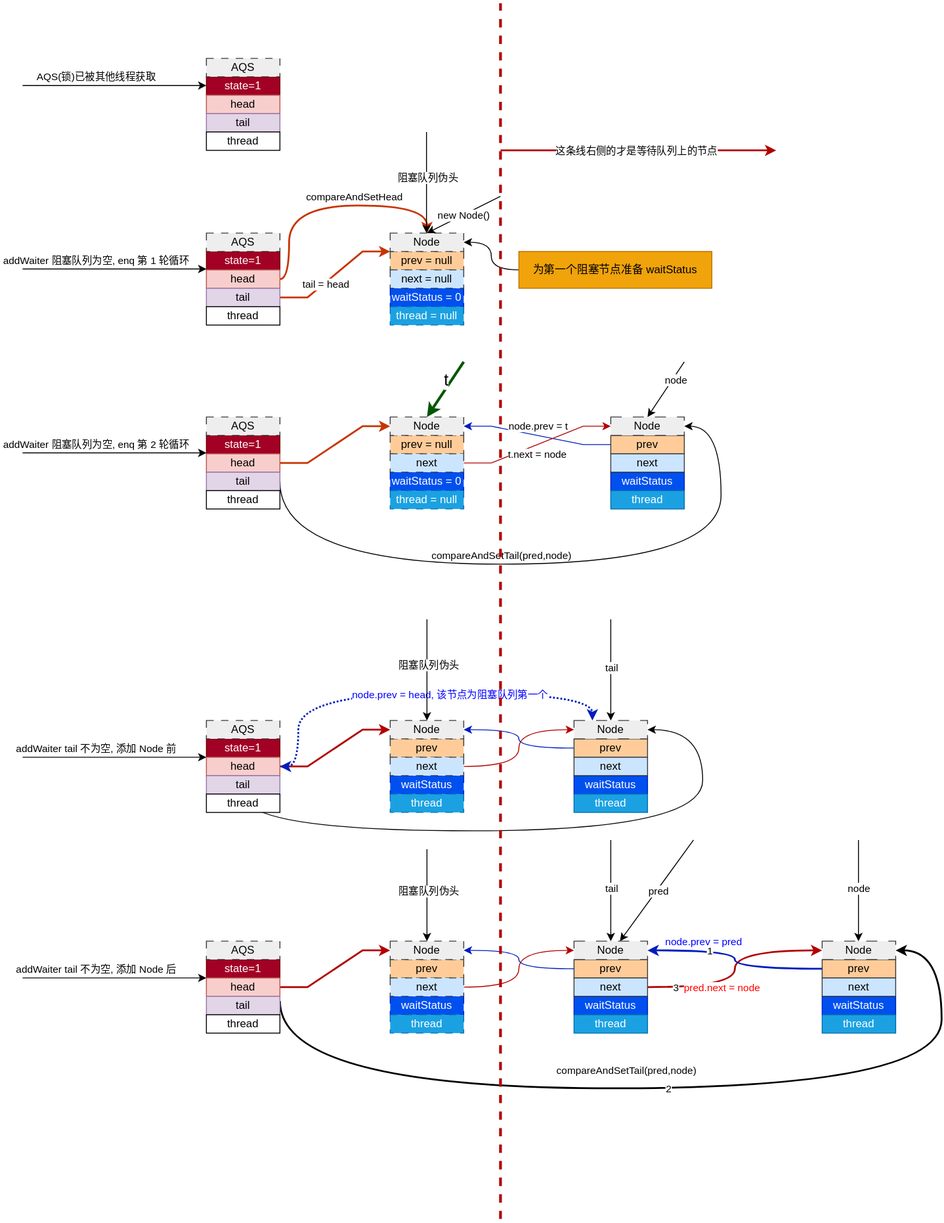
Earlier version of the draw.io export img/AQS-addWaiter.drawio.svg (cloudedseal/pictures). Source tidied: cells renumbered, new cells last; positions are measured from the earlier drawing's top-left corner, leaving out a move shared by most shapes.
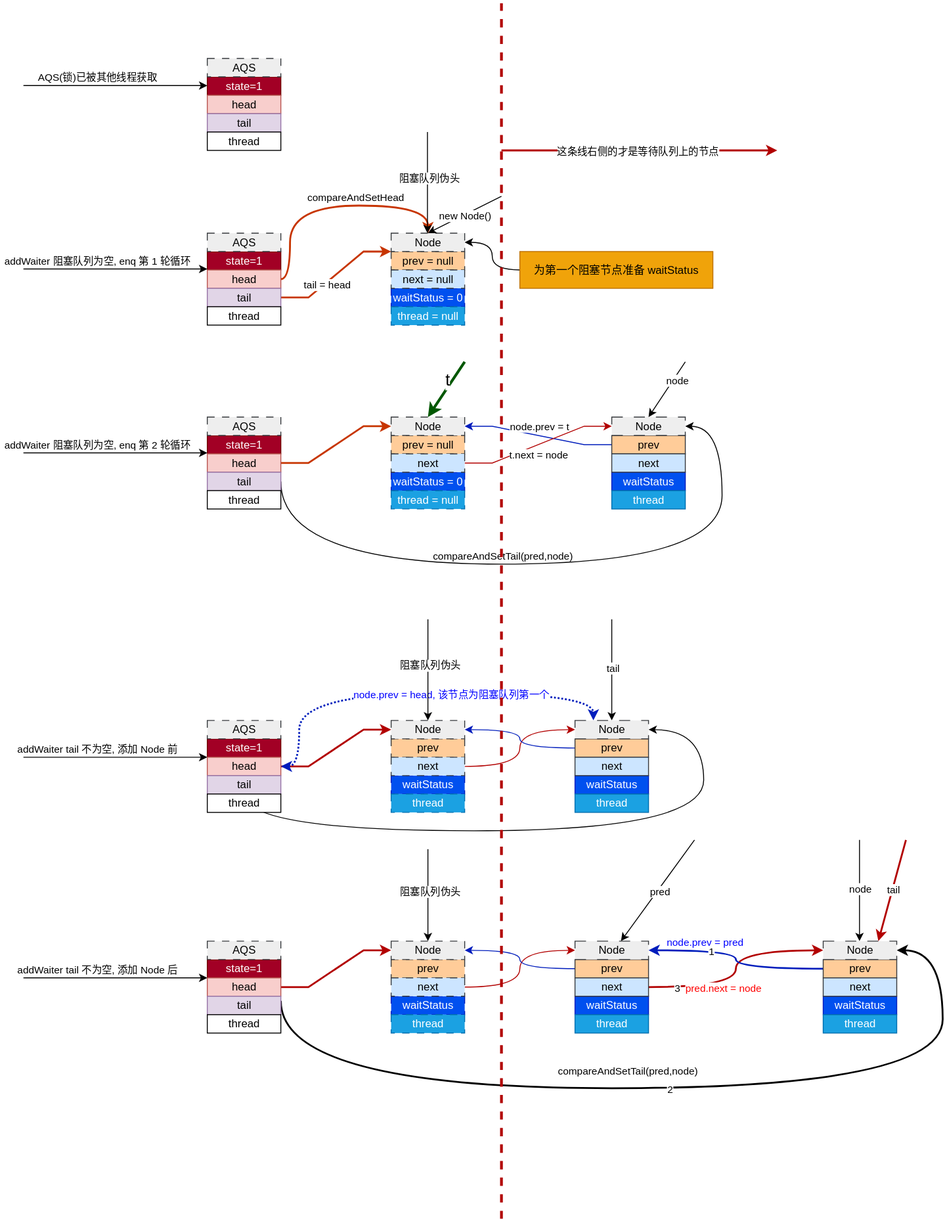
After the commit.

Diff of the diagram source:
```diff
@@ -119,9 +119,10 @@
     <mxCell id="34" value="&lt;div&gt;thread&lt;/div&gt;" style="rounded=0;whiteSpace=wrap;html=1;fillColor=#1ba1e2;fontColor=#ffffff;strokeColor=#006EAF;" parent="1" vertex="1">
       <mxGeometry x="870" y="1100" width="80" height="20" as="geometry" />
     </mxCell>
-    <mxCell id="35" style="endArrow=classic;html=1;rounded=0;entryX=0.5;entryY=0;entryDx=0;entryDy=0;" parent="1" edge="1" target="25">
+    <mxCell id="35" style="endArrow=classic;html=1;rounded=0;entryX=0.5;entryY=0;entryDx=0;entryDy=0;fillColor=#e51400;strokeColor=#B20000;strokeWidth=2;" parent="1" edge="1">
       <mxGeometry relative="1" as="geometry">
-        <mxPoint x="640" y="910" as="sourcePoint" />
+        <mxPoint x="960" y="910" as="sourcePoint" />
+        <mxPoint x="930" y="1020" as="targetPoint" />
       </mxGeometry>
     </mxCell>
     <mxCell id="36" value="tail" style="edgeLabel;html=1;align=center;verticalAlign=middle;" parent="35" vertex="1">
```
